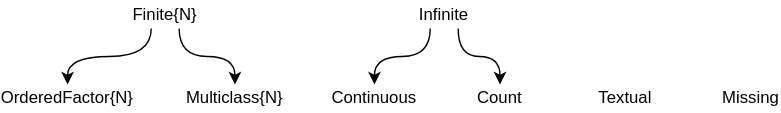
JuliaAI/MLJ.jl keeps this draw.io diagram as docs/src/img/scitypes_small.svg. Above is the earlier version. Source tidied: cells renumbered, new cells last; positions are measured from the earlier drawing's top-left corner, leaving out a move shared by most shapes.
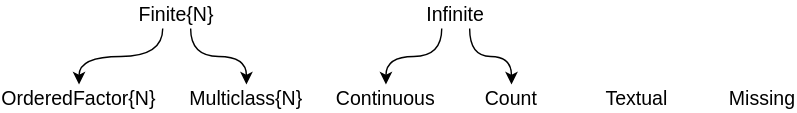
Above is the later version.

Commit message:
tweak fontsize in scitype_small graphics

Diff of the diagram source:
```diff
@@ -2,22 +2,22 @@
   <root>
     <mxCell id="0" />
     <mxCell id="1" parent="0" />
-    <mxCell id="2" value="Missing" style="text;html=1;strokeColor=none;fillColor=none;align=center;verticalAlign=middle;whiteSpace=wrap;rounded=0;" parent="1" vertex="1">
+    <mxCell id="2" value="Missing" style="text;html=1;strokeColor=none;fillColor=none;align=center;verticalAlign=middle;whiteSpace=wrap;rounded=0;fontSize=14;" parent="1" vertex="1">
       <mxGeometry x="490" y="60" width="40" height="20" as="geometry" />
     </mxCell>
-    <mxCell id="3" value="Textual" style="text;html=1;strokeColor=none;fillColor=none;align=center;verticalAlign=middle;whiteSpace=wrap;rounded=0;" parent="1" vertex="1">
+    <mxCell id="3" value="Textual" style="text;html=1;strokeColor=none;fillColor=none;align=center;verticalAlign=middle;whiteSpace=wrap;rounded=0;fontSize=14;" parent="1" vertex="1">
       <mxGeometry x="400" y="60" width="40" height="20" as="geometry" />
     </mxCell>
-    <mxCell id="4" value="OrderedFactor{N}" style="text;html=1;strokeColor=none;fillColor=none;align=center;verticalAlign=middle;whiteSpace=wrap;rounded=0;" parent="1" vertex="1">
+    <mxCell id="4" value="OrderedFactor{N}" style="text;html=1;strokeColor=none;fillColor=none;align=center;verticalAlign=middle;whiteSpace=wrap;rounded=0;fontSize=14;" parent="1" vertex="1">
       <mxGeometry y="60" width="40" height="20" as="geometry" />
     </mxCell>
-    <mxCell id="5" value="Multiclass{N}" style="text;html=1;strokeColor=none;fillColor=none;align=center;verticalAlign=middle;whiteSpace=wrap;rounded=0;" parent="1" vertex="1">
+    <mxCell id="5" value="Multiclass{N}" style="text;html=1;strokeColor=none;fillColor=none;align=center;verticalAlign=middle;whiteSpace=wrap;rounded=0;fontSize=14;" parent="1" vertex="1">
       <mxGeometry x="120" y="60" width="40" height="20" as="geometry" />
     </mxCell>
-    <mxCell id="6" value="Continuous" style="text;html=1;strokeColor=none;fillColor=none;align=center;verticalAlign=middle;whiteSpace=wrap;rounded=0;" parent="1" vertex="1">
+    <mxCell id="6" value="Continuous" style="text;html=1;strokeColor=none;fillColor=none;align=center;verticalAlign=middle;whiteSpace=wrap;rounded=0;fontSize=14;" parent="1" vertex="1">
       <mxGeometry x="220" y="60" width="40" height="20" as="geometry" />
     </mxCell>
-    <mxCell id="7" value="Count" style="text;html=1;strokeColor=none;fillColor=none;align=center;verticalAlign=middle;whiteSpace=wrap;rounded=0;" parent="1" vertex="1">
+    <mxCell id="7" value="Count" style="text;html=1;strokeColor=none;fillColor=none;align=center;verticalAlign=middle;whiteSpace=wrap;rounded=0;fontSize=14;" parent="1" vertex="1">
       <mxGeometry x="310" y="60" width="40" height="20" as="geometry" />
     </mxCell>
     <mxCell id="8" style="edgeStyle=orthogonalEdgeStyle;curved=1;rounded=0;jettySize=auto;html=1;exitX=0.25;exitY=1;exitDx=0;exitDy=0;entryX=0.5;entryY=0;entryDx=0;entryDy=0;" parent="1" edge="1" source="10" target="6">
@@ -26,7 +26,7 @@
     <mxCell id="9" style="edgeStyle=orthogonalEdgeStyle;curved=1;rounded=0;jettySize=auto;html=1;exitX=0.75;exitY=1;exitDx=0;exitDy=0;entryX=0.5;entryY=0;entryDx=0;entryDy=0;" parent="1" edge="1" source="10" target="7">
       <mxGeometry relative="1" as="geometry" />
     </mxCell>
-    <mxCell id="10" value="Infinite" style="text;html=1;strokeColor=none;fillColor=none;align=center;verticalAlign=middle;whiteSpace=wrap;rounded=0;" parent="1" vertex="1">
+    <mxCell id="10" value="Infinite" style="text;html=1;strokeColor=none;fillColor=none;align=center;verticalAlign=middle;whiteSpace=wrap;rounded=0;fontSize=14;" parent="1" vertex="1">
       <mxGeometry x="270" width="40" height="20" as="geometry" />
     </mxCell>
     <mxCell id="11" style="edgeStyle=orthogonalEdgeStyle;curved=1;rounded=0;jettySize=auto;html=1;exitX=0.25;exitY=1;exitDx=0;exitDy=0;entryX=0.5;entryY=0;entryDx=0;entryDy=0;" parent="1" edge="1" source="13" target="4">
@@ -35,7 +35,7 @@
     <mxCell id="12" style="edgeStyle=orthogonalEdgeStyle;curved=1;rounded=0;jettySize=auto;html=1;exitX=0.75;exitY=1;exitDx=0;exitDy=0;entryX=0.5;entryY=0;entryDx=0;entryDy=0;" parent="1" edge="1" source="13" target="5">
       <mxGeometry relative="1" as="geometry" />
     </mxCell>
-    <mxCell id="13" value="Finite{N}" style="text;html=1;strokeColor=none;fillColor=none;align=center;verticalAlign=middle;whiteSpace=wrap;rounded=0;" parent="1" vertex="1">
+    <mxCell id="13" value="Finite{N}" style="text;html=1;strokeColor=none;fillColor=none;align=center;verticalAlign=middle;whiteSpace=wrap;rounded=0;fontSize=14;" parent="1" vertex="1">
       <mxGeometry x="70" width="40" height="20" as="geometry" />
     </mxCell>
   </root>
```
